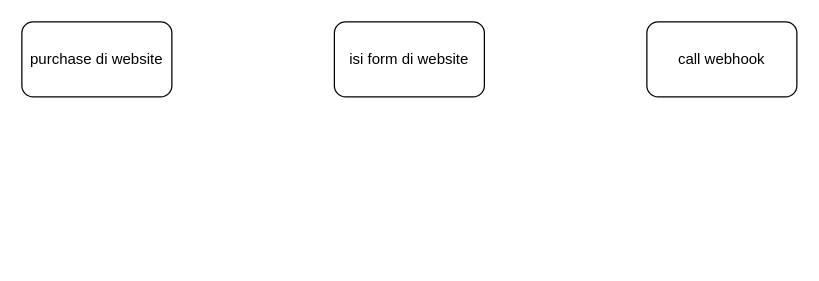
Above: flow_auto_provisioning_orderseller.drawio in orderseller/orderseller_flows (draw.io), before the change. Source tidied: cells renumbered, new cells numbered last; positions are measured from the earlier drawing's top-left corner, leaving out a move shared by most shapes. Both pictures are drawn from the tidied source at 125%, with x=0, y=0 at pixel (21, 21).
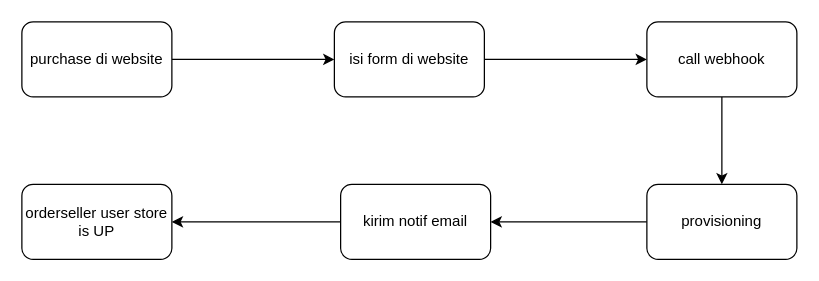
The same diagram, later.

Commit message:
tambah 2 node proses

Change to the diagram source:
```diff
@@
 <mxGraphModel>
   <root>
     <mxCell id="0" />
     <mxCell id="1" parent="0" />
+    <mxCell id="5" style="edgeStyle=orthogonalEdgeStyle;rounded=0;jettySize=auto;html=1;exitX=1;exitY=0.5;exitDx=0;exitDy=0;entryX=0;entryY=0.5;entryDx=0;entryDy=0;" parent="1" edge="1" source="2" target="3">
+      <mxGeometry relative="1" as="geometry" />
+    </mxCell>
     <mxCell id="2" value="purchase di website" style="rounded=1;whiteSpace=wrap;html=1;" parent="1" vertex="1">
       <mxGeometry width="120" height="60" as="geometry" />
     </mxCell>
+    <mxCell id="6" style="edgeStyle=orthogonalEdgeStyle;rounded=0;jettySize=auto;html=1;exitX=1;exitY=0.5;exitDx=0;exitDy=0;entryX=0;entryY=0.5;entryDx=0;entryDy=0;" parent="1" edge="1" source="3" target="4">
+      <mxGeometry relative="1" as="geometry" />
+    </mxCell>
     <mxCell id="3" value="isi form di website" style="rounded=1;whiteSpace=wrap;html=1;" parent="1" vertex="1">
       <mxGeometry x="250" width="120" height="60" as="geometry" />
     </mxCell>
+    <mxCell id="7" style="edgeStyle=orthogonalEdgeStyle;rounded=0;jettySize=auto;html=1;exitX=0.5;exitY=1;exitDx=0;exitDy=0;entryX=0.5;entryY=0;entryDx=0;entryDy=0;" parent="1" edge="1" source="4" target="9">
+      <mxGeometry relative="1" as="geometry" />
+    </mxCell>
     <mxCell id="4" value="call webhook" style="rounded=1;whiteSpace=wrap;html=1;" parent="1" vertex="1">
       <mxGeometry x="500" width="120" height="60" as="geometry" />
     </mxCell>
+    <mxCell id="8" style="edgeStyle=orthogonalEdgeStyle;rounded=0;jettySize=auto;html=1;exitX=0;exitY=0.5;exitDx=0;exitDy=0;entryX=1;entryY=0.5;entryDx=0;entryDy=0;" parent="1" edge="1" source="9" target="11">
+      <mxGeometry relative="1" as="geometry" />
+    </mxCell>
+    <mxCell id="9" value="provisioning" style="rounded=1;whiteSpace=wrap;html=1;" parent="1" vertex="1">
+      <mxGeometry x="500" y="130" width="120" height="60" as="geometry" />
+    </mxCell>
+    <mxCell id="10" style="edgeStyle=orthogonalEdgeStyle;rounded=0;jettySize=auto;html=1;exitX=0;exitY=0.5;exitDx=0;exitDy=0;" parent="1" edge="1" source="11" target="12">
+      <mxGeometry relative="1" as="geometry" />
+    </mxCell>
+    <mxCell id="11" value="kirim notif email" style="rounded=1;whiteSpace=wrap;html=1;" parent="1" vertex="1">
+      <mxGeometry x="255" y="130" width="120" height="60" as="geometry" />
+    </mxCell>
+    <mxCell id="12" value="orderseller user store is UP" style="rounded=1;whiteSpace=wrap;html=1;" parent="1" vertex="1">
+      <mxGeometry y="130" width="120" height="60" as="geometry" />
+    </mxCell>
   </root>
 </mxGraphModel>
```
